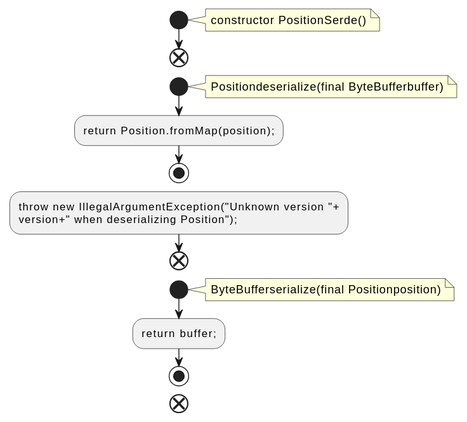
The PlantUML diagram docs/qc/streams/src/main/java/org/apache/kafka/streams/state/internals/PositionSerde.java.fct.svg in qualitesys/kafka, before a commit.
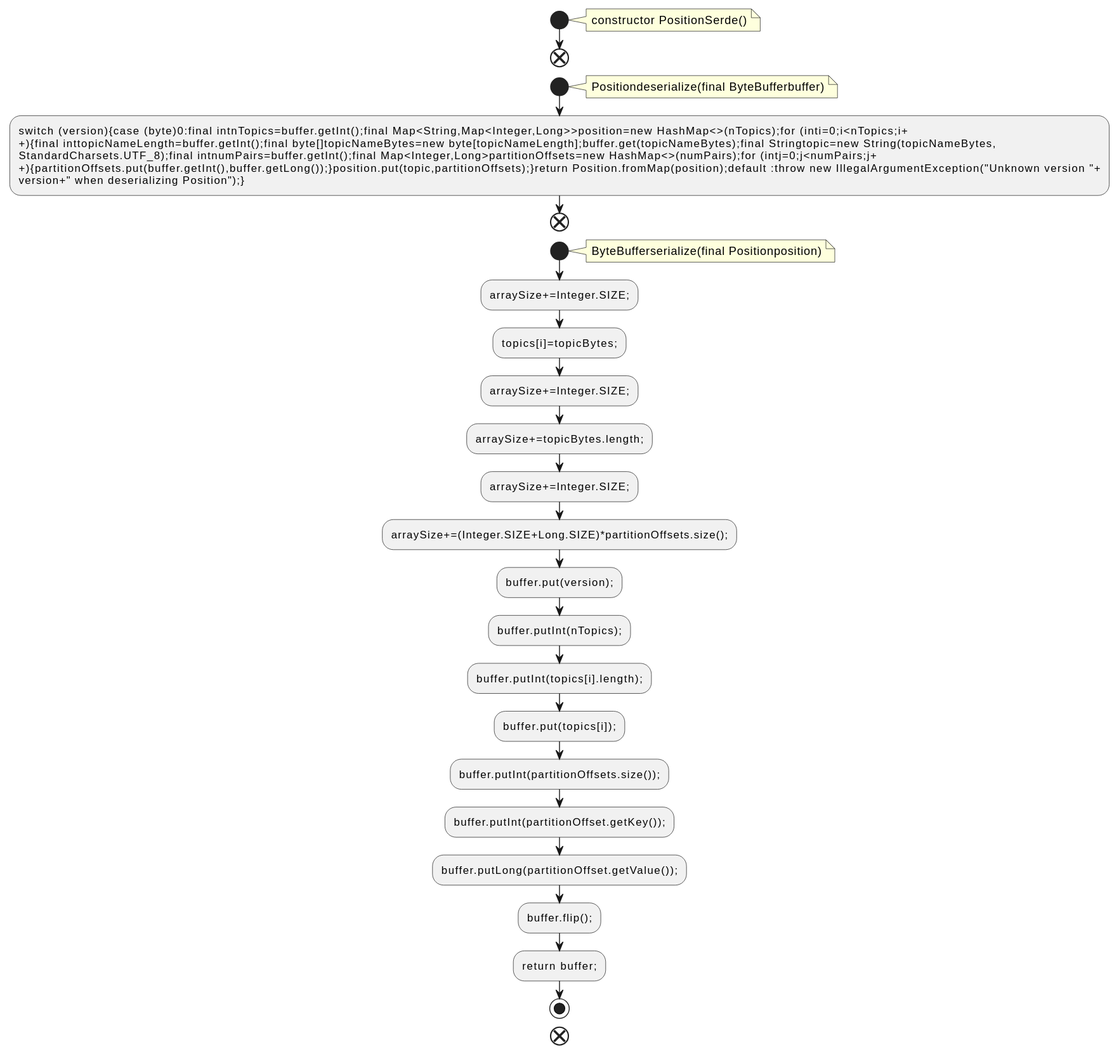
Later version of the same file.

Diff of the diagram source:
```diff
@@ -9,15 +9,30 @@
 note right
 Positiondeserialize(final ByteBufferbuffer)
 end note
-:return Position.fromMap(position);;
-stop
-:throw new IllegalArgumentException("Unknown version "+
-version+" when deserializing Position");;
+:switch (version){case (byte)0:final intnTopics=buffer.getInt();final Map<String,Map<Integer,Long>>position=new HashMap<>(nTopics);for (inti=0;i<nTopics;i+
++){final inttopicNameLength=buffer.getInt();final byte[]topicNameBytes=new byte[topicNameLength];buffer.get(topicNameBytes);final Stringtopic=new String(topicNameBytes,
+StandardCharsets.UTF_8);final intnumPairs=buffer.getInt();final Map<Integer,Long>partitionOffsets=new HashMap<>(numPairs);for (intj=0;j<numPairs;j+
++){partitionOffsets.put(buffer.getInt(),buffer.getLong());}position.put(topic,partitionOffsets);}return Position.fromMap(position);default :throw new IllegalArgumentException("Unknown version "+
+version+" when deserializing Position");};
 end
 start
 note right
 ByteBufferserialize(final Positionposition)
 end note
+:arraySize+=Integer.SIZE;;
+:topics[i]=topicBytes;;
+:arraySize+=Integer.SIZE;;
+:arraySize+=topicBytes.length;;
+:arraySize+=Integer.SIZE;;
+:arraySize+=(Integer.SIZE+Long.SIZE)*partitionOffsets.size();;
+:buffer.put(version);;
+:buffer.putInt(nTopics);;
+:buffer.putInt(topics[i].length);;
+:buffer.put(topics[i]);;
+:buffer.putInt(partitionOffsets.size());;
+:buffer.putInt(partitionOffset.getKey());;
+:buffer.putLong(partitionOffset.getValue());;
+:buffer.flip();;
 :return buffer;;
 stop
 end
```
